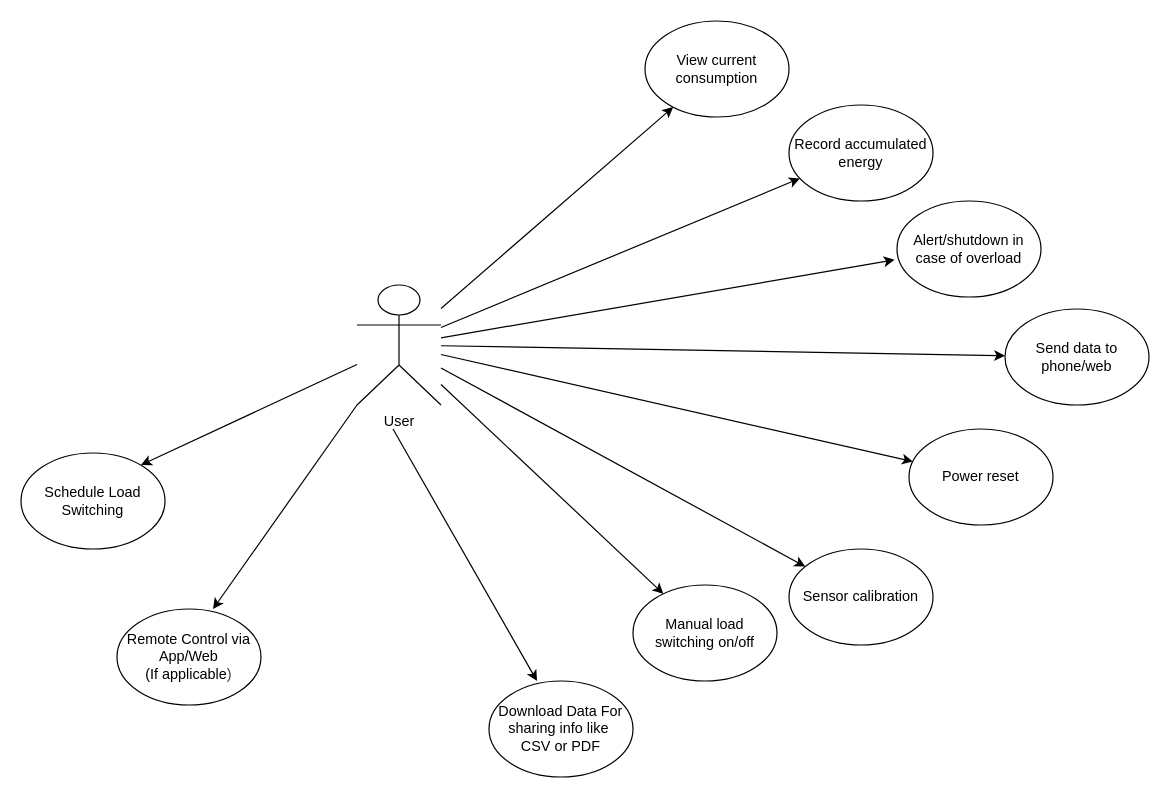
This is Design/ProjectUMLDigrams/UsecaseDigram/UsecaseDigram.drawio from Gestell-Solution/Smart_Energy_Management_System, a draw.io file, before an edit. Source tidied: cells renumbered, new cells numbered last; positions are measured from the earlier drawing's top-left corner, leaving out a move shared by most shapes. Both pictures are drawn from the tidied source at 120%, with x=0, y=0 at pixel (20, 20).
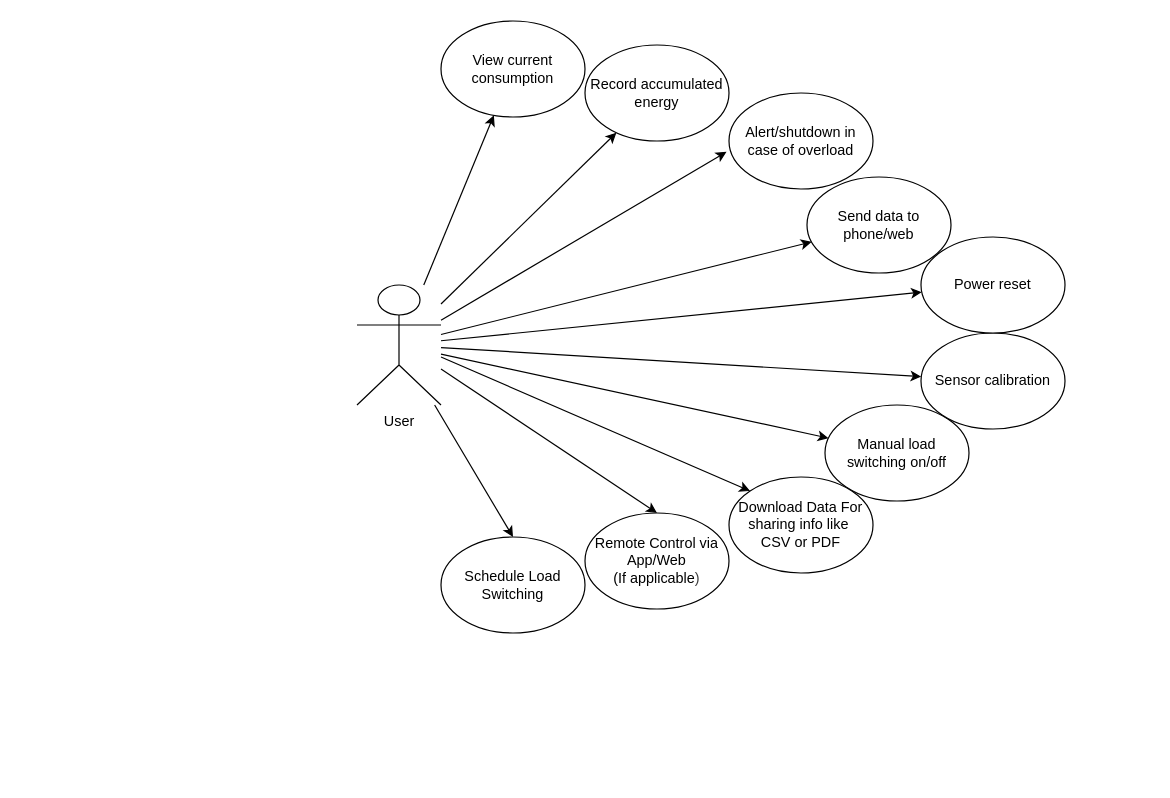
The same page after the edit.

Commit message:
[UML USE case Done Review Points] [Done the Review Points and need confirmation Review] [Doc]   #61

The change refers to these unchanged cells:
```xml
<mxCell id="10" value="User&lt;div&gt;&lt;br&gt;&lt;/div&gt;" style="shape=umlActor;verticalLabelPosition=bottom;verticalAlign=top;html=1;outlineConnect=0;" parent="1" vertex="1">
  <mxGeometry x="280" y="220" width="70" height="100" as="geometry" />
</mxCell>
```

The edit, as a diff of the source:
```diff
@@
-    <mxCell id="8" style="edgeStyle=none;html=1;exitX=0;exitY=1;exitDx=0;exitDy=0;exitPerimeter=0;" parent="1" edge="1" source="10">
+    <mxCell id="8" style="edgeStyle=none;html=1;entryX=0.5;entryY=0;entryDx=0;entryDy=0;" parent="1" edge="1" target="21">
       <mxGeometry relative="1" as="geometry">
-        <mxPoint x="160" y="490" as="targetPoint" />
+        <mxPoint x="350" y="290" as="sourcePoint" />
       </mxGeometry>
     </mxCell>
-    <mxCell id="9" style="edgeStyle=none;html=1;" parent="1" edge="1" source="10">
-      <mxGeometry relative="1" as="geometry">
-        <mxPoint x="100" y="370" as="targetPoint" />
-      </mxGeometry>
+    <mxCell id="9" style="edgeStyle=none;html=1;entryX=0.5;entryY=0;entryDx=0;entryDy=0;" parent="1" edge="1" source="10" target="22">
+      <mxGeometry relative="1" as="geometry" />
     </mxCell>
@@
     <mxCell id="11" value="Manual load switching on/off" style="ellipse;whiteSpace=wrap;html=1;" parent="1" vertex="1">
-      <mxGeometry x="510" y="470" width="120" height="80" as="geometry" />
+      <mxGeometry x="670" y="320" width="120" height="80" as="geometry" />
     </mxCell>
     <mxCell id="12" value="Sensor calibration" style="ellipse;whiteSpace=wrap;html=1;" parent="1" vertex="1">
-      <mxGeometry x="640" y="440" width="120" height="80" as="geometry" />
+      <mxGeometry x="750" y="260" width="120" height="80" as="geometry" />
     </mxCell>
     <mxCell id="13" value="Power reset" style="ellipse;whiteSpace=wrap;html=1;" parent="1" vertex="1">
-      <mxGeometry x="740" y="340" width="120" height="80" as="geometry" />
+      <mxGeometry x="750" y="180" width="120" height="80" as="geometry" />
     </mxCell>
     <mxCell id="14" value="Send data to phone/web" style="ellipse;whiteSpace=wrap;html=1;" parent="1" vertex="1">
-      <mxGeometry x="820" y="240" width="120" height="80" as="geometry" />
+      <mxGeometry x="655" y="130" width="120" height="80" as="geometry" />
     </mxCell>
     <mxCell id="15" value="Alert/shutdown in case of overload" style="ellipse;whiteSpace=wrap;html=1;" parent="1" vertex="1">
-      <mxGeometry x="730" y="150" width="120" height="80" as="geometry" />
+      <mxGeometry x="590" y="60" width="120" height="80" as="geometry" />
     </mxCell>
     <mxCell id="16" value="Record accumulated energy" style="ellipse;whiteSpace=wrap;html=1;" parent="1" vertex="1">
-      <mxGeometry x="640" y="70" width="120" height="80" as="geometry" />
+      <mxGeometry x="470" y="20" width="120" height="80" as="geometry" />
     </mxCell>
     <mxCell id="17" value="View current consumption" style="ellipse;whiteSpace=wrap;html=1;" parent="1" vertex="1">
-      <mxGeometry x="520" width="120" height="80" as="geometry" />
+      <mxGeometry x="350" width="120" height="80" as="geometry" />
     </mxCell>
@@
-    <mxCell id="19" style="edgeStyle=none;html=1;" parent="1" edge="1">
+    <mxCell id="19" style="edgeStyle=none;html=1;entryX=0;entryY=0;entryDx=0;entryDy=0;" parent="1" edge="1" target="20">
       <mxGeometry relative="1" as="geometry">
-        <mxPoint x="310" y="340" as="sourcePoint" />
-        <mxPoint x="430" y="550" as="targetPoint" />
+        <mxPoint x="350" y="280" as="sourcePoint" />
       </mxGeometry>
     </mxCell>
     <mxCell id="20" value="Download Data For&lt;br&gt;sharing info like&amp;nbsp;&lt;br&gt;CSV or PDF" style="ellipse;whiteSpace=wrap;html=1;" parent="1" vertex="1">
-      <mxGeometry x="390" y="550" width="120" height="80" as="geometry" />
+      <mxGeometry x="590" y="380" width="120" height="80" as="geometry" />
     </mxCell>
     <mxCell id="21" value="Remote Control via App/Web&lt;br&gt;(If applicable&lt;span style=&quot;color: rgb(63, 63, 63); background-color: transparent;&quot;&gt;)&lt;/span&gt;" style="ellipse;whiteSpace=wrap;html=1;" parent="1" vertex="1">
-      <mxGeometry x="80" y="490" width="120" height="80" as="geometry" />
+      <mxGeometry x="470" y="410" width="120" height="80" as="geometry" />
     </mxCell>
     <mxCell id="22" value="Schedule Load Switching" style="ellipse;whiteSpace=wrap;html=1;" parent="1" vertex="1">
-      <mxGeometry y="360" width="120" height="80" as="geometry" />
+      <mxGeometry x="350" y="430" width="120" height="80" as="geometry" />
     </mxCell>
```
